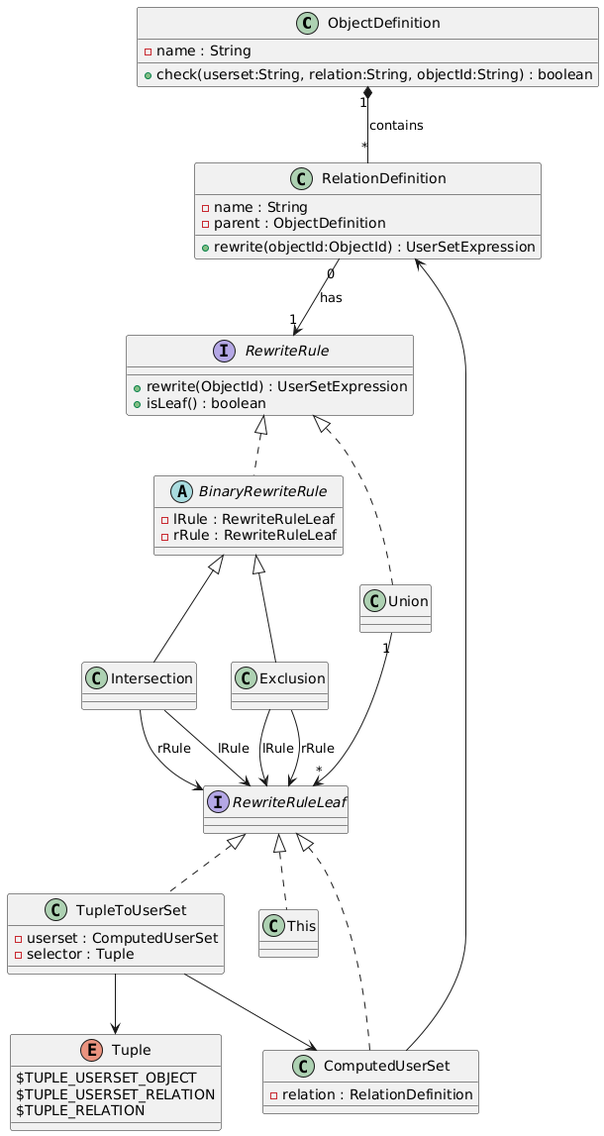
Earlier version of the PlantUML export docs/images/ACL-Aid-namespace.png (tfredrich/ACL-Aid). Its diagram source:
```plantuml
@startuml
class ObjectDefinition {
  -name : String
  +check(userset:String, relation:String, objectId:String) : boolean
}
class RelationDefinition {
  -name : String
  -parent : ObjectDefinition
  +rewrite(objectId:ObjectId) : UserSetExpression
}
interface RewriteRule {
  +rewrite(ObjectId) : UserSetExpression
  +isLeaf() : boolean
}
interface RewriteRuleLeaf
abstract BinaryRewriteRule {
  -lRule : RewriteRuleLeaf
  -rRule : RewriteRuleLeaf
}
class This
class ComputedUserSet {
  -relation : RelationDefinition
}
class TupleToUserSet {
  -userset : ComputedUserSet
  -selector : Tuple
}
enum Tuple {
  $TUPLE_USERSET_OBJECT
  $TUPLE_USERSET_RELATION
  $TUPLE_RELATION
}

RewriteRule <|.. BinaryRewriteRule
RewriteRule <|.. Union
BinaryRewriteRule <|-- Intersection
BinaryRewriteRule <|-- Exclusion

RewriteRuleLeaf <|.. This
RewriteRuleLeaf <|.. ComputedUserSet
RewriteRuleLeaf <|.. TupleToUserSet

ObjectDefinition "1" *-- "*" RelationDefinition : contains
RelationDefinition "0" --> "1" RewriteRule : has
Union "1" --> "*" RewriteRuleLeaf
Intersection --> RewriteRuleLeaf : lRule
Intersection --> RewriteRuleLeaf : rRule
Exclusion --> RewriteRuleLeaf : lRule
Exclusion --> RewriteRuleLeaf : rRule
TupleToUserSet --> ComputedUserSet
TupleToUserSet --> Tuple
ComputedUserSet --> RelationDefinition
@enduml
```
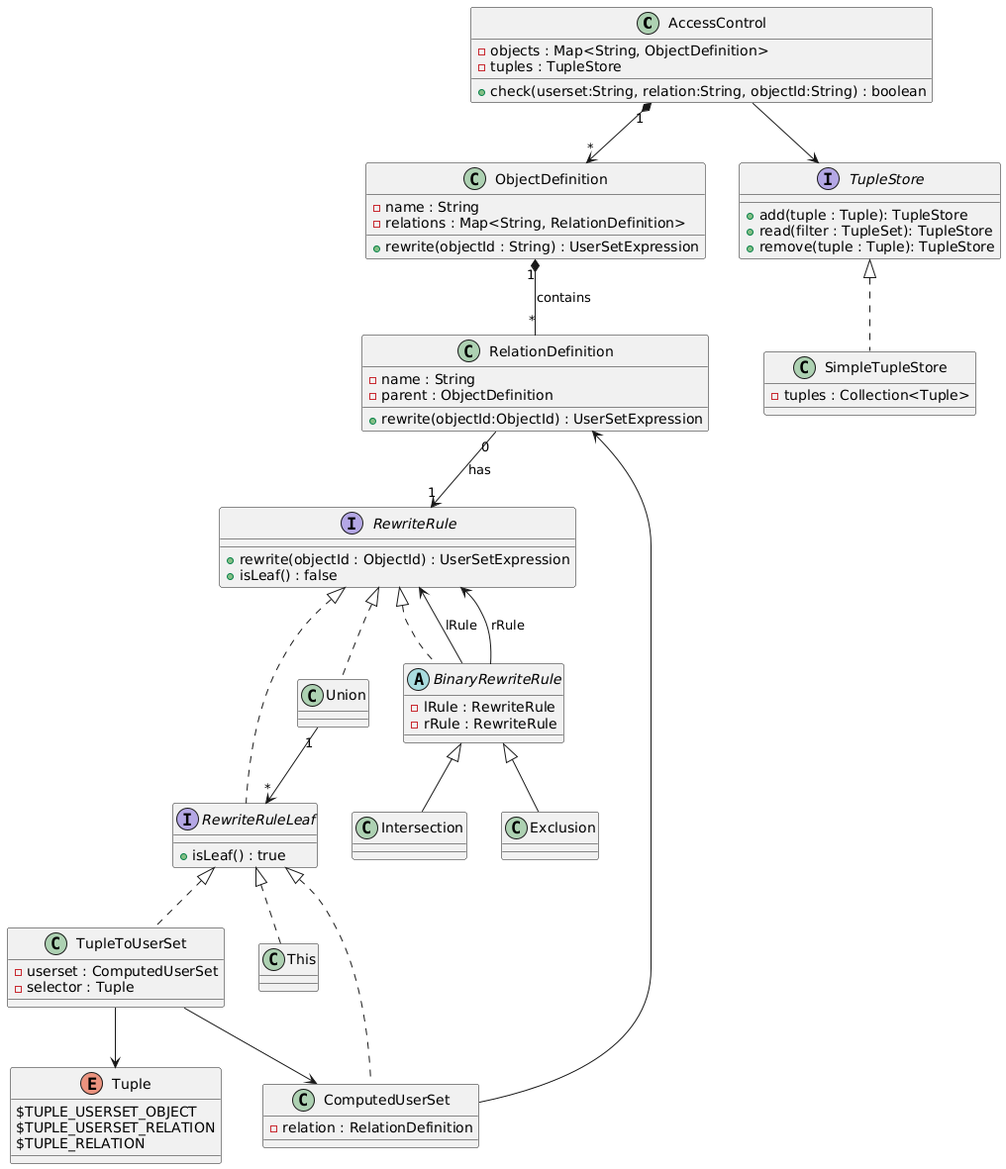
After the change.

The edit, as a diff of the source:
```diff
@@ -1,7 +1,13 @@
 @startuml
+class AccessControl {
+  -objects : Map<String, ObjectDefinition>
+  -tuples : TupleStore
+  +check(userset:String, relation:String, objectId:String) : boolean
+}
 class ObjectDefinition {
   -name : String
-  +check(userset:String, relation:String, objectId:String) : boolean
+  -relations : Map<String, RelationDefinition>
+  +rewrite(objectId : String) : UserSetExpression
 }
 class RelationDefinition {
   -name : String
@@ -9,17 +15,27 @@
   +rewrite(objectId:ObjectId) : UserSetExpression
 }
 interface RewriteRule {
-  +rewrite(ObjectId) : UserSetExpression
-  +isLeaf() : boolean
+  +rewrite(objectId : ObjectId) : UserSetExpression
+  +isLeaf() : false
 }
-interface RewriteRuleLeaf
+interface RewriteRuleLeaf {
+  +isLeaf() : true
+}
 abstract BinaryRewriteRule {
-  -lRule : RewriteRuleLeaf
-  -rRule : RewriteRuleLeaf
+  -lRule : RewriteRule
+  -rRule : RewriteRule
 }
 class This
 class ComputedUserSet {
   -relation : RelationDefinition
+}
+class SimpleTupleStore {
+ -tuples : Collection<Tuple>
+}
+interface TupleStore {
+  +add(tuple : Tuple): TupleStore
+  +read(filter : TupleSet): TupleStore
+  +remove(tuple : Tuple): TupleStore
 }
 class TupleToUserSet {
   -userset : ComputedUserSet
@@ -31,10 +47,17 @@
   $TUPLE_RELATION
 }
 
+AccessControl --> TupleStore
+AccessControl "1" *-->  "*" ObjectDefinition
+
 RewriteRule <|.. BinaryRewriteRule
+RewriteRule <|.. RewriteRuleLeaf
 RewriteRule <|.. Union
+
 BinaryRewriteRule <|-- Intersection
 BinaryRewriteRule <|-- Exclusion
+BinaryRewriteRule --> RewriteRule : lRule
+BinaryRewriteRule --> RewriteRule : rRule
 
 RewriteRuleLeaf <|.. This
 RewriteRuleLeaf <|.. ComputedUserSet
@@ -43,10 +66,9 @@
 ObjectDefinition "1" *-- "*" RelationDefinition : contains
 RelationDefinition "0" --> "1" RewriteRule : has
 Union "1" --> "*" RewriteRuleLeaf
-Intersection --> RewriteRuleLeaf : lRule
-Intersection --> RewriteRuleLeaf : rRule
-Exclusion --> RewriteRuleLeaf : lRule
-Exclusion --> RewriteRuleLeaf : rRule
+
+TupleStore <|.. SimpleTupleStore
+
 TupleToUserSet --> ComputedUserSet
 TupleToUserSet --> Tuple
 ComputedUserSet --> RelationDefinition
```
